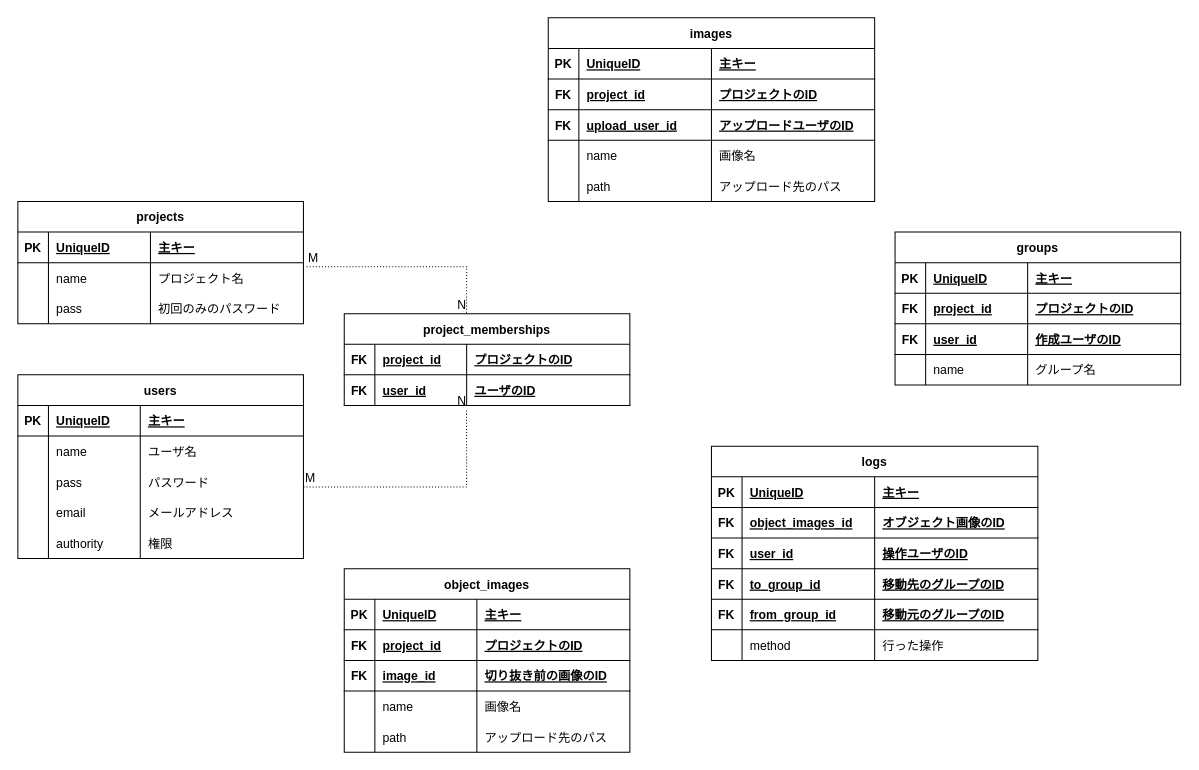
This is ER.dio from shunsuke-kawata/be_classification_for_PSS, a draw.io file, before an edit. Source tidied: cells renumbered, new cells numbered last; positions are measured from the earlier drawing's top-left corner, leaving out a move shared by most shapes. Both pictures are drawn from the tidied source at 102%, with x=0, y=0 at pixel (17, 17).
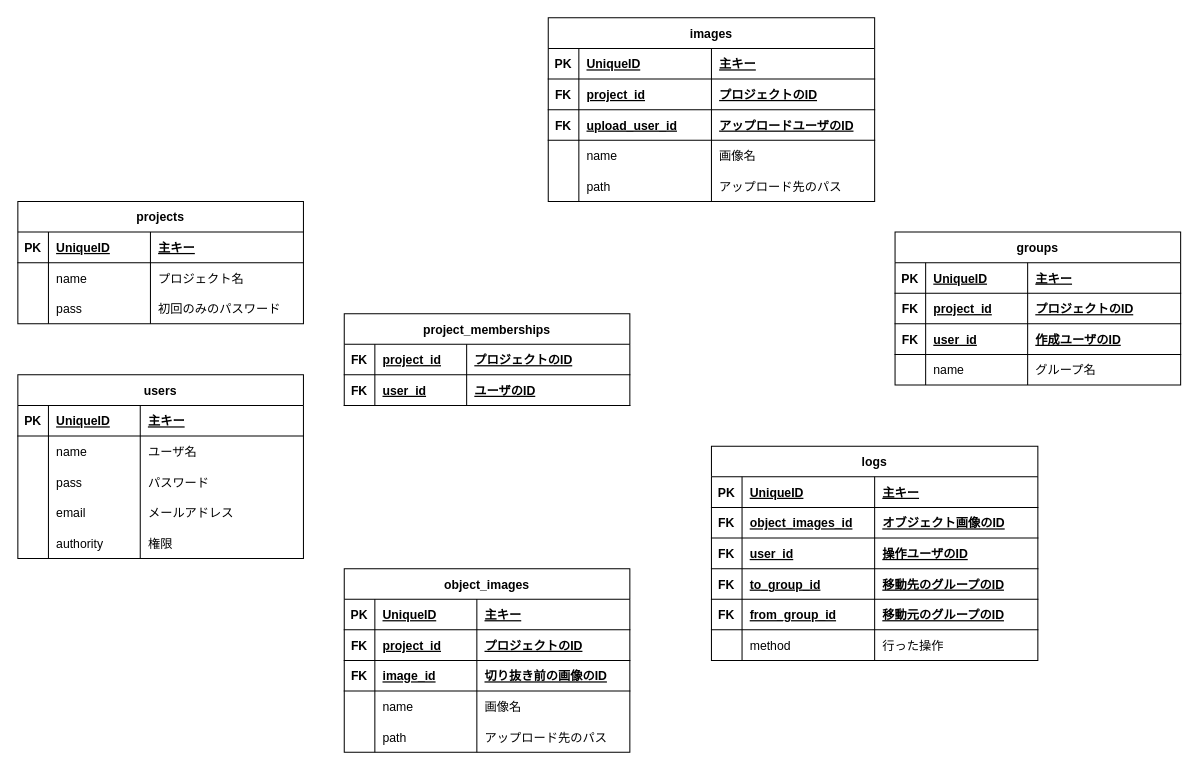
Above is the later version.

The change refers to these unchanged cells:
```xml
<mxCell id="28" style="shape=tableRow;horizontal=0;startSize=0;swimlaneHead=0;swimlaneBody=0;fillColor=none;points=[[0,0.5],[1,0.5]];portConstraint=eastwest;top=0;left=0;right=0;bottom=0;" parent="23" vertex="1">
  <mxGeometry y="60" width="280" height="30" as="geometry" />
</mxCell>
<mxCell id="36" value="project_memberships" style="shape=table;startSize=30;childLayout=tableLayout;rowLines=0;fontStyle=1;align=center;" parent="1" vertex="1">
  <mxGeometry x="320" y="290" width="280" height="90" as="geometry" />
</mxCell>
<mxCell id="41" style="shape=tableRow;horizontal=0;startSize=0;swimlaneHead=0;swimlaneBody=0;fillColor=none;points=[[0,0.5],[1,0.5]];portConstraint=eastwest;top=0;left=0;right=0;bottom=1;" parent="36" vertex="1">
  <mxGeometry y="60" width="280" height="30" as="geometry" />
</mxCell>
```

The edit, as a diff of the source:
```diff
@@
-    <mxCell id="129" style="endArrow=none;html=1;rounded=0;dashed=1;dashPattern=1 2;exitX=1.011;exitY=0.132;exitDx=0;exitDy=0;exitPerimeter=0;entryX=0.428;entryY=-0.003;entryDx=0;entryDy=0;entryPerimeter=0;" parent="1" edge="1" source="28" target="36">
-      <mxGeometry relative="1" as="geometry">
-        <Array as="points">
-          <mxPoint x="440" y="244" />
-        </Array>
-      </mxGeometry>
-    </mxCell>
-    <mxCell id="130" value="M" style="html=1;align=left;verticalAlign=bottom;" parent="129" vertex="1">
-      <mxGeometry x="-1" relative="1" as="geometry" />
-    </mxCell>
-    <mxCell id="131" value="N" style="html=1;align=right;verticalAlign=bottom;" parent="129" vertex="1">
-      <mxGeometry x="1" relative="1" as="geometry" />
-    </mxCell>
-    <mxCell id="132" style="endArrow=none;html=1;rounded=0;dashed=1;dashPattern=1 2;entryX=0.428;entryY=1.132;entryDx=0;entryDy=0;entryPerimeter=0;" parent="1" edge="1" target="41">
-      <mxGeometry relative="1" as="geometry">
-        <mxPoint x="280" y="460" as="sourcePoint" />
-        <Array as="points">
-          <mxPoint x="440" y="460" />
-        </Array>
-      </mxGeometry>
-    </mxCell>
-    <mxCell id="133" value="M" style="html=1;align=left;verticalAlign=bottom;" parent="132" vertex="1">
-      <mxGeometry x="-1" relative="1" as="geometry" />
-    </mxCell>
-    <mxCell id="134" value="N" style="html=1;align=right;verticalAlign=bottom;" parent="132" vertex="1">
-      <mxGeometry x="1" relative="1" as="geometry" />
-    </mxCell>
```
